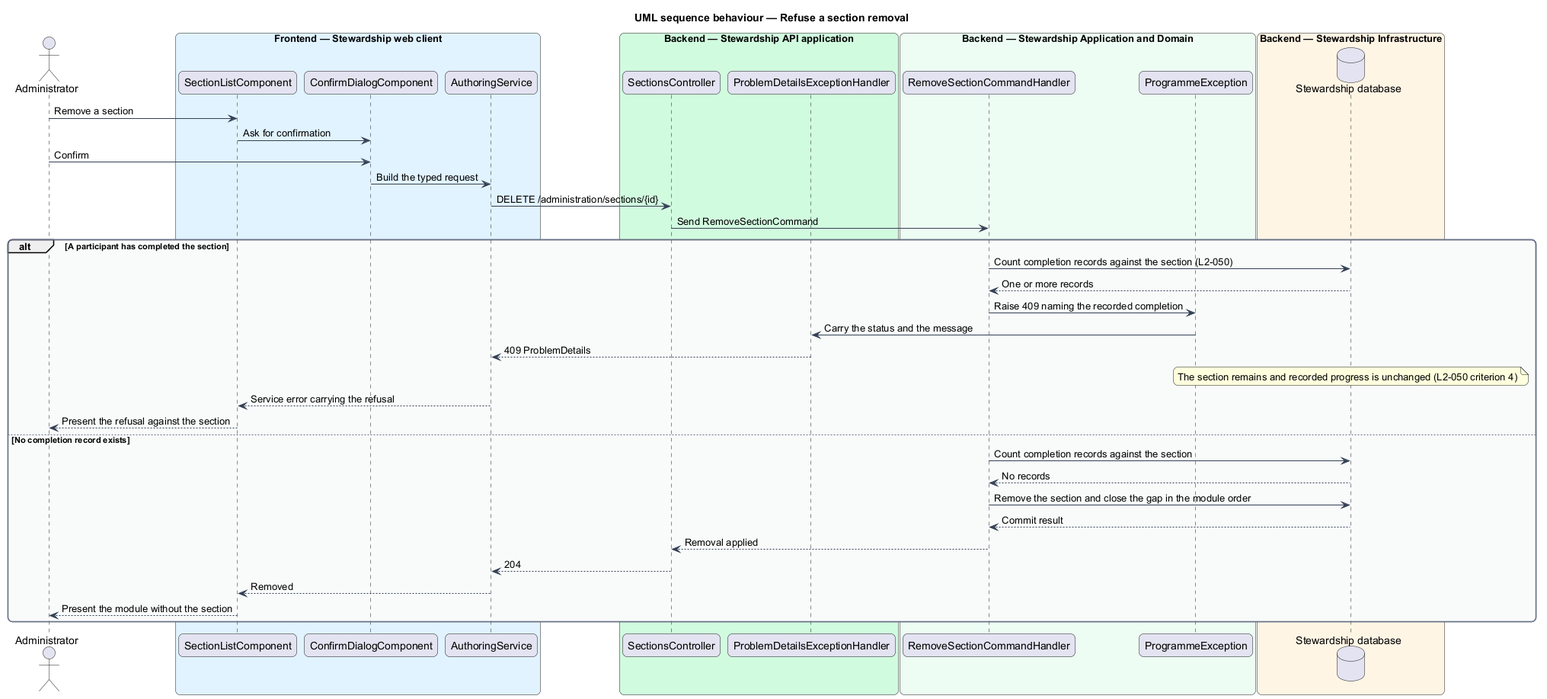
Before: docs/detailed-designs/administration/author-section/diagrams/sequence-refuse-removal.png, a diagram exported from PlantUML (QuinntyneBrown/quinntyne-brown-stewardship).
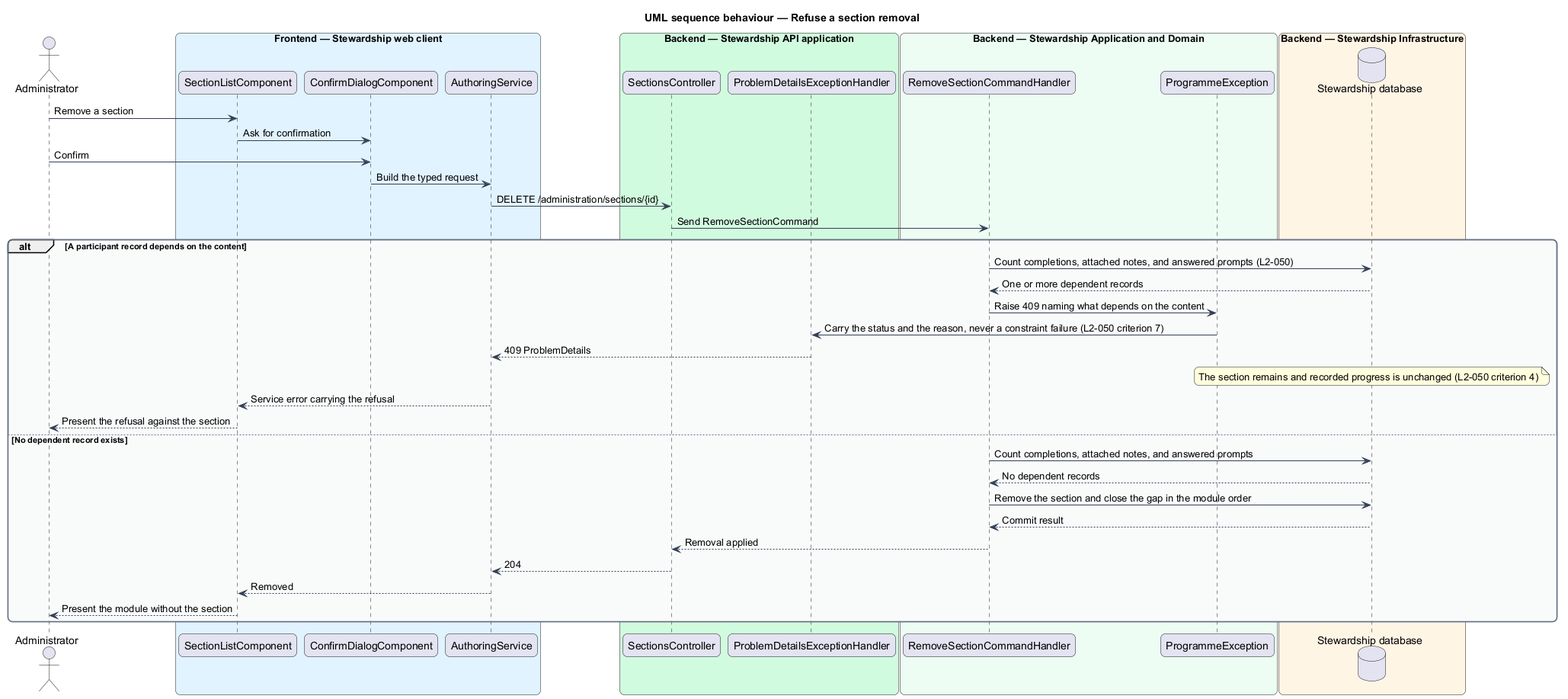
After the change.

Commit message:
docs: guard removal against every dependent record, not only completion

Diff of the diagram source:
```diff
@@ -39,18 +39,18 @@
 client -> controller : DELETE /administration/sections/{id}
 controller -> handler : Send RemoveSectionCommand
 
-alt A participant has completed the section
-  handler -> db : Count completion records against the section (L2-050)
-  db --> handler : One or more records
-  handler -> exception : Raise 409 naming the recorded completion
-  exception -> problem : Carry the status and the message
+alt A participant record depends on the content
+  handler -> db : Count completions, attached notes, and answered prompts (L2-050)
+  db --> handler : One or more dependent records
+  handler -> exception : Raise 409 naming what depends on the content
+  exception -> problem : Carry the status and the reason, never a constraint failure (L2-050 criterion 7)
   problem --> client : 409 ProblemDetails
   note over db : The section remains and recorded progress is unchanged (L2-050 criterion 4)
   client --> list : Service error carrying the refusal
   list --> actor : Present the refusal against the section
-else No completion record exists
-  handler -> db : Count completion records against the section
-  db --> handler : No records
+else No dependent record exists
+  handler -> db : Count completions, attached notes, and answered prompts
+  db --> handler : No dependent records
   handler -> db : Remove the section and close the gap in the module order
   db --> handler : Commit result
   handler --> controller : Removal applied
```
